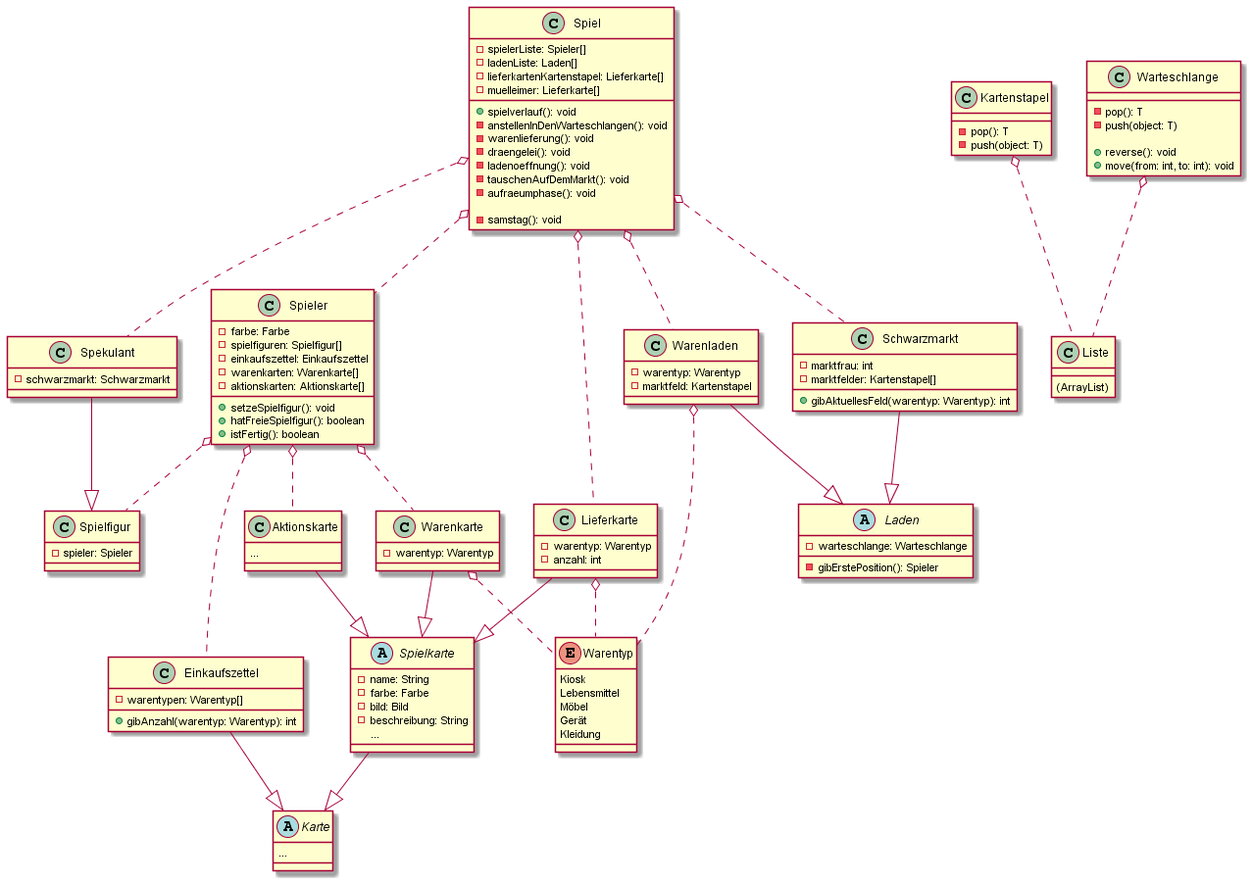
Earlier version of the PlantUML export docs/diagrams/out/architecture_overview/architecture_overview.png (Robintobin/Kolejka).
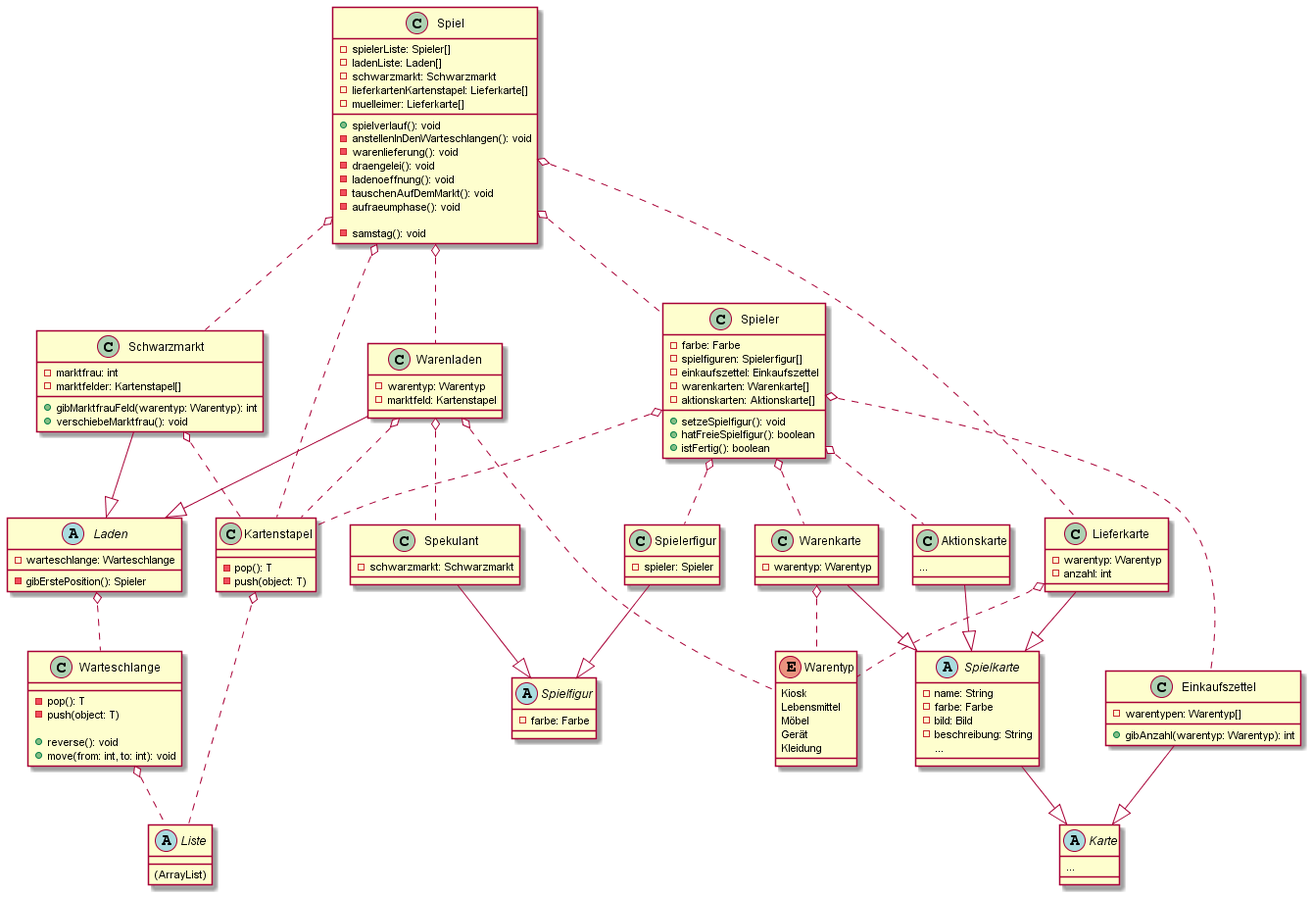
After the change.

Commit message:
Modify UML-Diagram

Diff of the diagram source:
```diff
@@ -3,6 +3,7 @@
 class Spiel
 class Spieler
 class Spekulant
+class Spielerfigur
 class Spielfigur
 class Liste
 class Kartenstapel
@@ -20,6 +21,7 @@
 class Spiel {
     -spielerListe: Spieler[]
     -ladenListe: Laden[]
+    -schwarzmarkt: Schwarzmarkt
     -lieferkartenKartenstapel: Lieferkarte[]
     -muelleimer: Lieferkarte[]
 
@@ -36,7 +38,7 @@
 
 class Spieler {
     -farbe: Farbe
-    -spielfiguren: Spielfigur[]
+    -spielfiguren: Spielerfigur[]
     -einkaufszettel: Einkaufszettel
     -warenkarten: Warenkarte[]
     -aktionskarten: Aktionskarte[]
@@ -49,10 +51,13 @@
 class Spekulant {
     -schwarzmarkt: Schwarzmarkt
 }
-class Spielfigur {
+class Spielerfigur {
     -spieler: Spieler
 }
-class Liste {
+abstract class Spielfigur {
+    -farbe: Farbe
+}
+abstract class Liste {
     (ArrayList)
 }
 class Kartenstapel {
@@ -107,7 +112,8 @@
     -marktfrau: int
     -marktfelder: Kartenstapel[]
 
-    +gibAktuellesFeld(warentyp: Warentyp): int
+    +gibMarktfrauFeld(warentyp: Warentyp): int
+    +verschiebeMarktfrau(): void
 }
 enum Warentyp {
     Kiosk
@@ -118,9 +124,10 @@
 }
 
 Spiel o.. Spieler
-Spieler o.. Spielfigur
+Spieler o.. Spielerfigur
+
 Spekulant --|> Spielfigur
-Spiel o.. Spekulant
+Spielerfigur --|> Spielfigur
 
 Kartenstapel o.. Liste
 Warteschlange o.. Liste
@@ -133,6 +140,7 @@
 
 Schwarzmarkt --|> Laden
 Warenladen --|> Laden
+Warenladen o.. Spekulant
 
 Warenkarte o.. Warentyp
 Lieferkarte o.. Warentyp
@@ -146,4 +154,12 @@
 Spiel o.. Schwarzmarkt
 
 Warenladen o.. Warentyp
+
+Laden o.. Warteschlange
+
+Spiel o.. Kartenstapel
+Spieler o.. Kartenstapel
+Warenladen o.. Kartenstapel
+Schwarzmarkt o.. Kartenstapel
+
 @enduml
```
